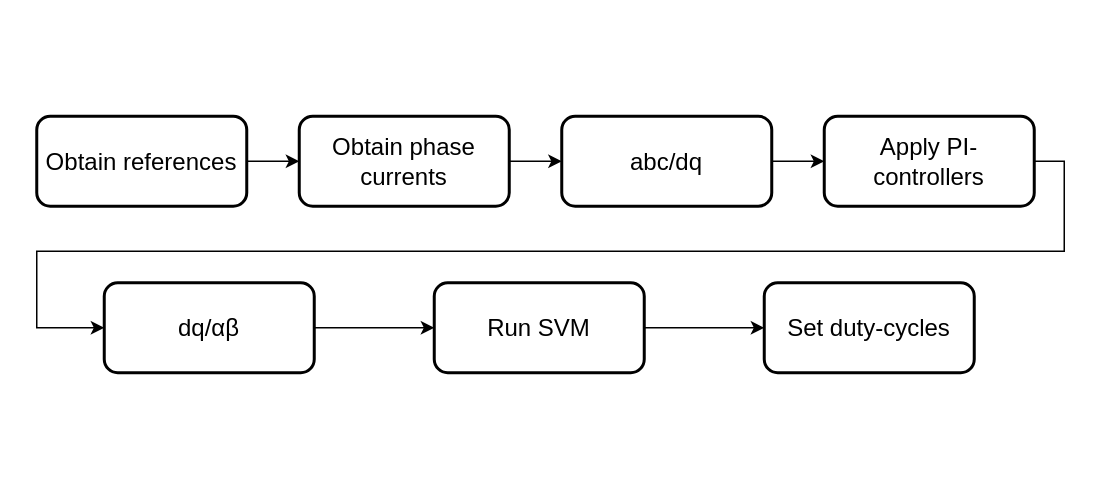
The draw.io diagram Report/Diagrams/ClosedLoopControl.drawio in NicolaiFransen/SemesterProjectPED2, before the edit. Source tidied: cells renumbered, new cells numbered last; positions are measured from the earlier drawing's top-left corner, leaving out a move shared by most shapes. Both pictures are drawn from the tidied source at 150%, with x=0, y=0 at pixel (36, 116).
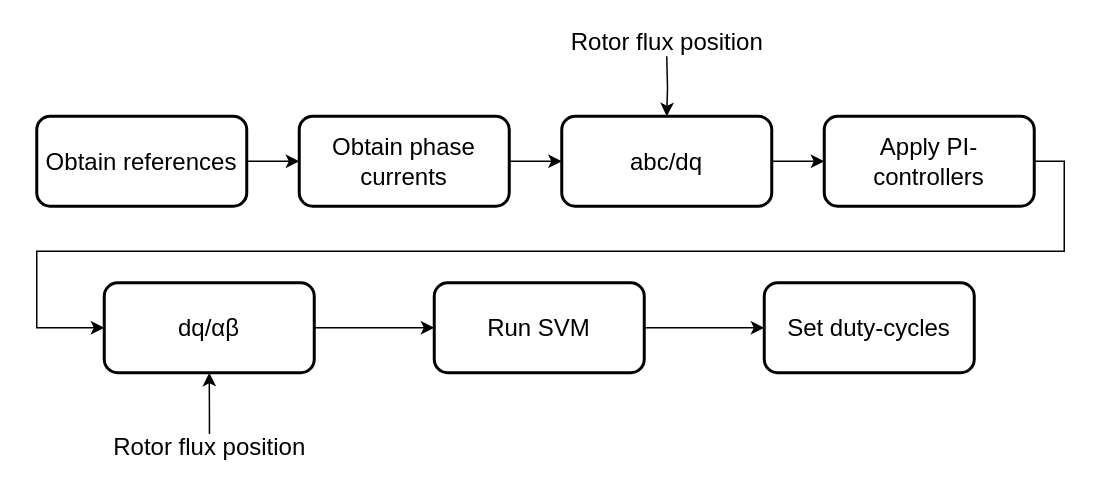
Above is the later version.

Unchanged cells that the change refers to:
```xml
<mxCell id="9" value="&lt;font style=&quot;font-size: 16px&quot;&gt;abc/dq&lt;/font&gt;" style="rounded=1;whiteSpace=wrap;html=1;strokeWidth=2;" parent="1" vertex="1">
  <mxGeometry x="350" width="140" height="60" as="geometry" />
</mxCell>
<mxCell id="14" value="&lt;font style=&quot;font-size: 16px&quot;&gt;dq/&lt;span&gt;αβ&lt;/span&gt;&lt;br&gt;&lt;/font&gt;" style="rounded=1;whiteSpace=wrap;html=1;strokeWidth=2;" parent="1" vertex="1">
  <mxGeometry x="45" y="111" width="140" height="60" as="geometry" />
</mxCell>
```

What changed in the source:
```diff
@@
+    <mxCell id="15" style="edgeStyle=orthogonalEdgeStyle;rounded=0;jettySize=auto;html=1;entryX=0.5;entryY=0;entryDx=0;entryDy=0;" parent="1" edge="1" target="9">
+      <mxGeometry relative="1" as="geometry">
+        <mxPoint x="420" y="-40" as="sourcePoint" />
+      </mxGeometry>
+    </mxCell>
+    <mxCell id="16" value="&lt;font style=&quot;font-size: 16px&quot;&gt;Rotor flux position&lt;/font&gt;" style="text;html=1;align=center;verticalAlign=middle;fillColor=none;strokeColor=none;rounded=0;" parent="1" vertex="1">
+      <mxGeometry x="350" y="-60" width="140" height="20" as="geometry" />
+    </mxCell>
+    <mxCell id="17" style="edgeStyle=orthogonalEdgeStyle;rounded=0;jettySize=auto;html=1;entryX=0.5;entryY=1;entryDx=0;entryDy=0;exitX=0.501;exitY=0.09;exitDx=0;exitDy=0;exitPerimeter=0;" parent="1" edge="1" source="18" target="14">
+      <mxGeometry relative="1" as="geometry">
+        <Array as="points">
+          <mxPoint x="115" y="190" />
+        </Array>
+      </mxGeometry>
+    </mxCell>
+    <mxCell id="18" value="&lt;font style=&quot;font-size: 16px&quot;&gt;Rotor flux position&lt;/font&gt;" style="text;html=1;align=center;verticalAlign=middle;points=[];fillColor=none;strokeColor=none;rounded=0;" parent="1" vertex="1">
+      <mxGeometry x="45" y="210" width="140" height="20" as="geometry" />
+    </mxCell>
```
